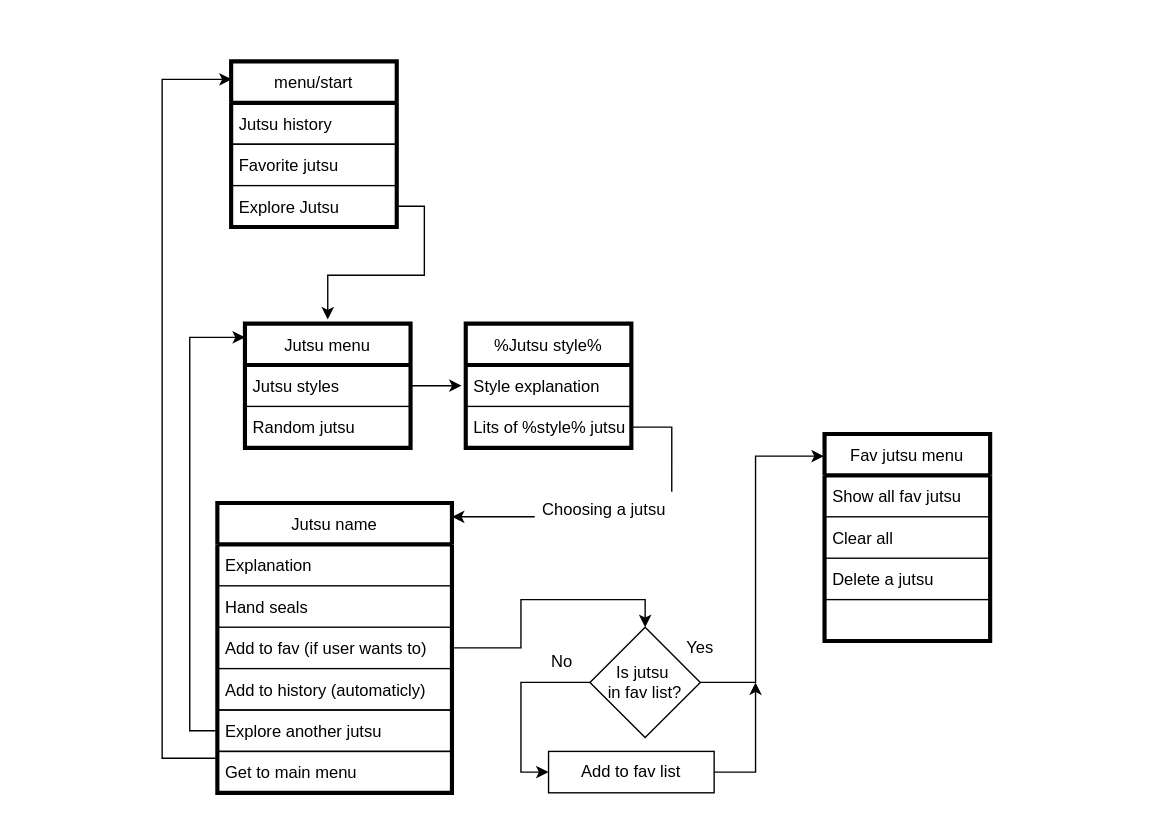
Earlier version of the draw.io diagram struct.drawio (voodookiidoo/jutsu_bot). Source tidied: cells renumbered, new cells numbered last; positions are measured from the earlier drawing's top-left corner, leaving out a move shared by most shapes. Both pictures are drawn from the tidied source at 138%, with x=0, y=0 at pixel (161, 61).
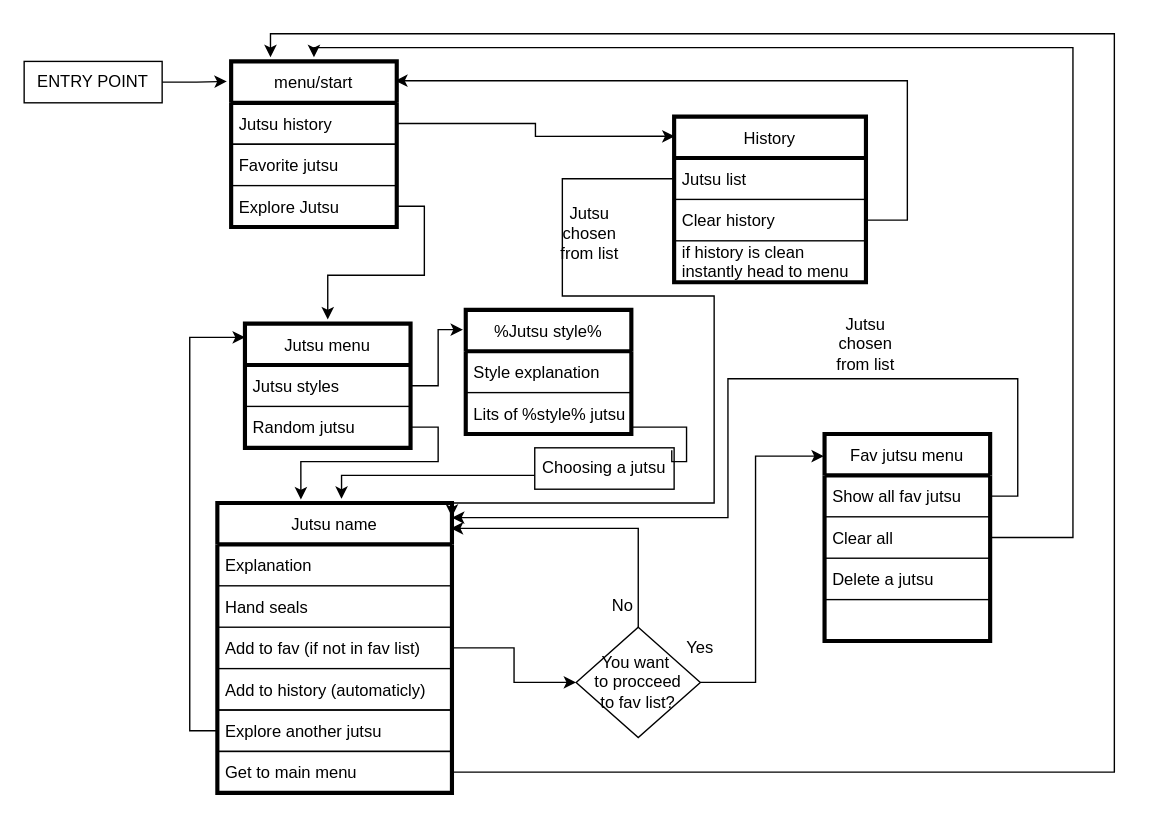
The same diagram, later.

Unchanged cells that the change refers to:
```xml
<mxCell id="2" value="menu/start" style="swimlane;fontStyle=0;horizontal=1;startSize=30;gradientColor=none;gradientDirection=east;fillColor=default;perimeterSpacing=3;strokeWidth=3;" parent="1" vertex="1">
  <mxGeometry x="50" width="120" height="120" as="geometry" />
</mxCell>
<mxCell id="3" value="Jutsu history" style="text;strokeColor=default;fillColor=none;align=left;verticalAlign=middle;spacingLeft=4;spacingRight=4;overflow=hidden;points=[[0,0.5],[1,0.5]];portConstraint=eastwest;strokeWidth=1;" parent="2" vertex="1">
  <mxGeometry y="30" width="120" height="30" as="geometry" />
</mxCell>
<mxCell id="7" value="Jutsu styles" style="text;strokeColor=none;fillColor=none;align=left;verticalAlign=middle;spacingLeft=4;spacingRight=4;overflow=hidden;points=[[0,0.5],[1,0.5]];portConstraint=eastwest;" parent="6" vertex="1">
  <mxGeometry y="30" width="120" height="30" as="geometry" />
</mxCell>
<mxCell id="8" value="Random jutsu" style="text;strokeColor=default;fillColor=none;align=left;verticalAlign=middle;spacingLeft=4;spacingRight=4;overflow=hidden;points=[[0,0.5],[1,0.5]];portConstraint=eastwest;strokeWidth=1;" parent="6" vertex="1">
  <mxGeometry y="60" width="120" height="30" as="geometry" />
</mxCell>
<mxCell id="12" value="Lits of %style% jutsu" style="text;strokeColor=none;fillColor=none;align=left;verticalAlign=middle;spacingLeft=4;spacingRight=4;overflow=hidden;points=[[0,0.5],[1,0.5]];portConstraint=eastwest;" parent="10" vertex="1">
  <mxGeometry y="60" width="120" height="30" as="geometry" />
</mxCell>
<mxCell id="14" value="Jutsu name" style="swimlane;fontStyle=0;horizontal=1;startSize=30;gradientColor=none;gradientDirection=east;fillColor=default;perimeterSpacing=3;strokeWidth=3;" parent="1" vertex="1">
  <mxGeometry x="40" y="320" width="170" height="210" as="geometry" />
</mxCell>
<mxCell id="20" value="Get to main menu" style="text;strokeColor=default;fillColor=none;align=left;verticalAlign=middle;spacingLeft=4;spacingRight=4;overflow=hidden;points=[[0,0.5],[1,0.5]];portConstraint=eastwest;perimeterSpacing=1;" parent="14" vertex="1">
  <mxGeometry y="180" width="170" height="30" as="geometry" />
</mxCell>
<mxCell id="35" value="Show all fav jutsu" style="text;strokeColor=none;fillColor=none;align=left;verticalAlign=middle;spacingLeft=4;spacingRight=4;overflow=hidden;points=[[0,0.5],[1,0.5]];portConstraint=eastwest;" parent="34" vertex="1">
  <mxGeometry y="30" width="120" height="30" as="geometry" />
</mxCell>
<mxCell id="36" value="Clear all" style="text;strokeColor=default;fillColor=none;align=left;verticalAlign=middle;spacingLeft=4;spacingRight=4;overflow=hidden;points=[[0,0.5],[1,0.5]];portConstraint=eastwest;strokeWidth=1;" parent="34" vertex="1">
  <mxGeometry y="60" width="120" height="30" as="geometry" />
</mxCell>
```

Change to the diagram source:
```diff
@@
     <mxCell id="10" value="%Jutsu style%" style="swimlane;fontStyle=0;horizontal=1;startSize=30;gradientColor=none;gradientDirection=east;fillColor=default;perimeterSpacing=3;strokeWidth=3;" parent="1" vertex="1">
-      <mxGeometry x="220" y="190" width="120" height="90" as="geometry" />
+      <mxGeometry x="220" y="180" width="120" height="90" as="geometry" />
     </mxCell>
@@
-    <mxCell id="13" style="edgeStyle=orthogonalEdgeStyle;rounded=0;jettySize=auto;html=1;entryX=0;entryY=0.5;entryDx=0;entryDy=0;" parent="1" edge="1" source="7" target="10">
+    <mxCell id="13" style="edgeStyle=orthogonalEdgeStyle;rounded=0;jettySize=auto;html=1;entryX=0.008;entryY=0.181;entryDx=0;entryDy=0;entryPerimeter=0;" parent="1" edge="1" source="7" target="10">
       <mxGeometry relative="1" as="geometry" />
     </mxCell>
@@
-    <mxCell id="17" value="Add to fav (if user wants to)" style="text;strokeColor=none;fillColor=none;align=left;verticalAlign=middle;spacingLeft=4;spacingRight=4;overflow=hidden;points=[[0,0.5],[1,0.5]];portConstraint=eastwest;" parent="14" vertex="1">
+    <mxCell id="17" value="Add to fav (if not in fav list)" style="text;strokeColor=none;fillColor=none;align=left;verticalAlign=middle;spacingLeft=4;spacingRight=4;overflow=hidden;points=[[0,0.5],[1,0.5]];portConstraint=eastwest;" parent="14" vertex="1">
       <mxGeometry y="90" width="170" height="30" as="geometry" />
     </mxCell>
@@
-    <mxCell id="22" style="edgeStyle=orthogonalEdgeStyle;rounded=0;jettySize=auto;html=1;entryX=0.027;entryY=0.127;entryDx=0;entryDy=0;entryPerimeter=0;" parent="1" edge="1" source="20" target="2">
-      <mxGeometry relative="1" as="geometry">
-        <Array as="points">
-          <mxPoint y="505" />
-          <mxPoint y="13" />
-        </Array>
-      </mxGeometry>
-    </mxCell>
-    <mxCell id="23" style="edgeStyle=orthogonalEdgeStyle;rounded=0;jettySize=auto;html=1;entryX=0.983;entryY=0.06;entryDx=0;entryDy=0;entryPerimeter=0;startArrow=none;" parent="1" edge="1" source="24" target="14">
+    <mxCell id="23" style="edgeStyle=orthogonalEdgeStyle;rounded=0;jettySize=auto;html=1;startArrow=none;" parent="1" edge="1" source="24" target="14">
       <mxGeometry relative="1" as="geometry">
         <Array as="points">
-          <mxPoint x="250" y="330" />
-          <mxPoint x="250" y="330" />
+          <mxPoint x="321" y="300" />
+          <mxPoint x="130" y="300" />
         </Array>
       </mxGeometry>
     </mxCell>
-    <mxCell id="24" value="Choosing a jutsu" style="text;html=1;strokeColor=none;fillColor=none;align=center;verticalAlign=middle;whiteSpace=wrap;rounded=0;" parent="1" vertex="1">
-      <mxGeometry x="270" y="310" width="101" height="30" as="geometry" />
+    <mxCell id="24" value="Choosing a jutsu" style="text;html=1;strokeColor=default;fillColor=none;align=center;verticalAlign=middle;whiteSpace=wrap;rounded=0;" parent="1" vertex="1">
+      <mxGeometry x="270" y="280" width="101" height="30" as="geometry" />
     </mxCell>
     <mxCell id="25" style="edgeStyle=orthogonalEdgeStyle;rounded=0;jettySize=auto;html=1;entryX=0.983;entryY=0.06;entryDx=0;entryDy=0;entryPerimeter=0;endArrow=none;" parent="1" edge="1" source="12" target="24">
-      <mxGeometry relative="1" as="geometry" />
+      <mxGeometry relative="1" as="geometry">
+        <Array as="points">
+          <mxPoint x="380" y="265" />
+          <mxPoint x="380" y="290" />
+          <mxPoint x="369" y="290" />
+        </Array>
+      </mxGeometry>
     </mxCell>
-    <mxCell id="26" style="edgeStyle=orthogonalEdgeStyle;rounded=0;jettySize=auto;html=1;entryX=0;entryY=0.5;entryDx=0;entryDy=0;" parent="1" edge="1" source="28" target="31">
-      <mxGeometry relative="1" as="geometry">
-        <Array as="points">
-          <mxPoint x="260" y="450" />
-          <mxPoint x="260" y="515" />
-        </Array>
-      </mxGeometry>
-    </mxCell>
@@
+    <mxCell id="39" style="edgeStyle=orthogonalEdgeStyle;rounded=0;jettySize=auto;html=1;entryX=0.978;entryY=0.099;entryDx=0;entryDy=0;entryPerimeter=0;" parent="1" edge="1" source="28" target="14">
+      <mxGeometry relative="1" as="geometry">
+        <Array as="points">
+          <mxPoint x="345" y="338" />
+        </Array>
+      </mxGeometry>
+    </mxCell>
-    <mxCell id="28" value="Is jutsu&amp;nbsp;&lt;br&gt;in fav list?" style="rhombus;whiteSpace=wrap;html=1;strokeColor=default;strokeWidth=1;fillColor=default;gradientColor=none;gradientDirection=east;" parent="1" vertex="1">
-      <mxGeometry x="310" y="410" width="80" height="80" as="geometry" />
+    <mxCell id="28" value="You want&amp;nbsp;&lt;br&gt;to procceed&lt;br&gt;to fav list?" style="rhombus;whiteSpace=wrap;html=1;strokeColor=default;strokeWidth=1;fillColor=default;gradientColor=none;gradientDirection=east;" parent="1" vertex="1">
+      <mxGeometry x="300" y="410" width="90" height="80" as="geometry" />
     </mxCell>
-    <mxCell id="29" style="edgeStyle=orthogonalEdgeStyle;rounded=0;jettySize=auto;html=1;entryX=0.5;entryY=0;entryDx=0;entryDy=0;" parent="1" edge="1" source="17" target="28">
-      <mxGeometry relative="1" as="geometry">
-        <Array as="points">
-          <mxPoint x="260" y="425" />
-          <mxPoint x="260" y="390" />
-          <mxPoint x="350" y="390" />
-        </Array>
-      </mxGeometry>
-    </mxCell>
-    <mxCell id="30" style="edgeStyle=orthogonalEdgeStyle;rounded=0;jettySize=auto;html=1;" parent="1" edge="1" source="31">
-      <mxGeometry relative="1" as="geometry">
-        <mxPoint x="430" y="450" as="targetPoint" />
-        <Array as="points">
-          <mxPoint x="430" y="515" />
-        </Array>
-      </mxGeometry>
-    </mxCell>
-    <mxCell id="31" value="Add to fav list" style="rounded=0;whiteSpace=wrap;html=1;strokeColor=default;strokeWidth=1;fillColor=default;gradientColor=none;gradientDirection=east;" parent="1" vertex="1">
-      <mxGeometry x="280" y="500" width="120" height="30" as="geometry" />
-    </mxCell>
@@
     <mxCell id="33" value="No" style="text;html=1;strokeColor=none;fillColor=none;align=center;verticalAlign=middle;whiteSpace=wrap;rounded=0;" parent="1" vertex="1">
-      <mxGeometry x="260" y="420" width="60" height="30" as="geometry" />
+      <mxGeometry x="304" y="380" width="60" height="30" as="geometry" />
     </mxCell>
@@
+    <mxCell id="29" style="edgeStyle=orthogonalEdgeStyle;rounded=0;jettySize=auto;html=1;entryX=0;entryY=0.5;entryDx=0;entryDy=0;" parent="1" edge="1" source="17" target="28">
+      <mxGeometry relative="1" as="geometry" />
+    </mxCell>
+    <mxCell id="40" style="edgeStyle=orthogonalEdgeStyle;rounded=0;jettySize=auto;html=1;entryX=0.361;entryY=0.002;entryDx=0;entryDy=0;entryPerimeter=0;" parent="1" edge="1" source="8" target="14">
+      <mxGeometry relative="1" as="geometry">
+        <Array as="points">
+          <mxPoint x="200" y="265" />
+          <mxPoint x="200" y="290" />
+          <mxPoint x="101" y="290" />
+        </Array>
+      </mxGeometry>
+    </mxCell>
+    <mxCell id="41" value="History" style="swimlane;fontStyle=0;horizontal=1;startSize=30;gradientColor=none;gradientDirection=east;fillColor=default;perimeterSpacing=3;strokeWidth=3;" parent="1" vertex="1">
+      <mxGeometry x="371" y="40" width="139" height="120" as="geometry" />
+    </mxCell>
+    <mxCell id="42" value="Jutsu list" style="text;strokeColor=none;fillColor=none;align=left;verticalAlign=middle;spacingLeft=4;spacingRight=4;overflow=hidden;points=[[0,0.5],[1,0.5]];portConstraint=eastwest;" parent="41" vertex="1">
+      <mxGeometry y="30" width="139" height="30" as="geometry" />
+    </mxCell>
+    <mxCell id="43" value="Clear history" style="text;strokeColor=default;fillColor=none;align=left;verticalAlign=middle;spacingLeft=4;spacingRight=4;overflow=hidden;points=[[0,0.5],[1,0.5]];portConstraint=eastwest;strokeWidth=1;" parent="41" vertex="1">
+      <mxGeometry y="60" width="139" height="30" as="geometry" />
+    </mxCell>
+    <mxCell id="44" value="if history is clean&#10;instantly head to menu" style="text;strokeColor=none;fillColor=none;align=left;verticalAlign=middle;spacingLeft=4;spacingRight=4;overflow=hidden;" parent="41" vertex="1">
+      <mxGeometry y="90" width="139" height="30" as="geometry" />
+    </mxCell>
+    <mxCell id="45" style="edgeStyle=orthogonalEdgeStyle;rounded=0;jettySize=auto;html=1;entryX=0.023;entryY=0.137;entryDx=0;entryDy=0;entryPerimeter=0;" parent="1" edge="1" source="3" target="41">
+      <mxGeometry relative="1" as="geometry" />
+    </mxCell>
+    <mxCell id="46" style="edgeStyle=orthogonalEdgeStyle;rounded=0;jettySize=auto;html=1;entryX=0.967;entryY=0.135;entryDx=0;entryDy=0;entryPerimeter=0;" parent="1" edge="1" source="43" target="2">
+      <mxGeometry relative="1" as="geometry">
+        <Array as="points">
+          <mxPoint x="540" y="115" />
+          <mxPoint x="540" y="14" />
+        </Array>
+      </mxGeometry>
+    </mxCell>
+    <mxCell id="47" style="edgeStyle=orthogonalEdgeStyle;rounded=0;jettySize=auto;html=1;entryX=0.5;entryY=0;entryDx=0;entryDy=0;" parent="1" edge="1" source="36" target="2">
+      <mxGeometry relative="1" as="geometry">
+        <Array as="points">
+          <mxPoint x="660" y="345" />
+          <mxPoint x="660" y="-10" />
+          <mxPoint x="110" y="-10" />
+        </Array>
+      </mxGeometry>
+    </mxCell>
+    <mxCell id="48" style="edgeStyle=orthogonalEdgeStyle;rounded=0;jettySize=auto;html=1;" parent="1" edge="1" source="42">
+      <mxGeometry relative="1" as="geometry">
+        <mxPoint x="210" y="330" as="targetPoint" />
+        <Array as="points">
+          <mxPoint x="290" y="85" />
+          <mxPoint x="290" y="170" />
+          <mxPoint x="400" y="170" />
+          <mxPoint x="400" y="320" />
+          <mxPoint x="210" y="320" />
+        </Array>
+      </mxGeometry>
+    </mxCell>
+    <mxCell id="22" style="edgeStyle=orthogonalEdgeStyle;rounded=0;jettySize=auto;html=1;entryX=0.25;entryY=0;entryDx=0;entryDy=0;" parent="1" edge="1" source="20" target="2">
+      <mxGeometry relative="1" as="geometry">
+        <Array as="points">
+          <mxPoint x="690" y="515" />
+          <mxPoint x="690" y="-20" />
+          <mxPoint x="79" y="-20" />
+        </Array>
+      </mxGeometry>
+    </mxCell>
+    <mxCell id="49" style="edgeStyle=orthogonalEdgeStyle;rounded=0;jettySize=auto;html=1;entryX=-0.001;entryY=0.139;entryDx=0;entryDy=0;entryPerimeter=0;" parent="1" edge="1" source="50" target="2">
+      <mxGeometry relative="1" as="geometry" />
+    </mxCell>
+    <mxCell id="50" value="ENTRY POINT" style="rounded=0;whiteSpace=wrap;html=1;strokeColor=default;strokeWidth=1;fillColor=default;gradientColor=none;gradientDirection=east;" parent="1" vertex="1">
+      <mxGeometry x="-100" width="100" height="30" as="geometry" />
+    </mxCell>
+    <mxCell id="51" style="edgeStyle=orthogonalEdgeStyle;rounded=0;jettySize=auto;html=1;entryX=0.983;entryY=0.063;entryDx=0;entryDy=0;entryPerimeter=0;" parent="1" edge="1" source="35" target="14">
+      <mxGeometry relative="1" as="geometry">
+        <Array as="points">
+          <mxPoint x="620" y="315" />
+          <mxPoint x="620" y="230" />
+          <mxPoint x="410" y="230" />
+          <mxPoint x="410" y="331" />
+        </Array>
+      </mxGeometry>
+    </mxCell>
+    <mxCell id="52" value="Jutsu chosen from list" style="text;html=1;strokeColor=none;fillColor=none;align=center;verticalAlign=middle;whiteSpace=wrap;rounded=0;" parent="1" vertex="1">
+      <mxGeometry x="480" y="190" width="60" height="30" as="geometry" />
+    </mxCell>
+    <mxCell id="53" value="Jutsu chosen from list" style="text;html=1;strokeColor=none;fillColor=none;align=center;verticalAlign=middle;whiteSpace=wrap;rounded=0;" parent="1" vertex="1">
+      <mxGeometry x="280" y="110" width="60" height="30" as="geometry" />
+    </mxCell>
```
